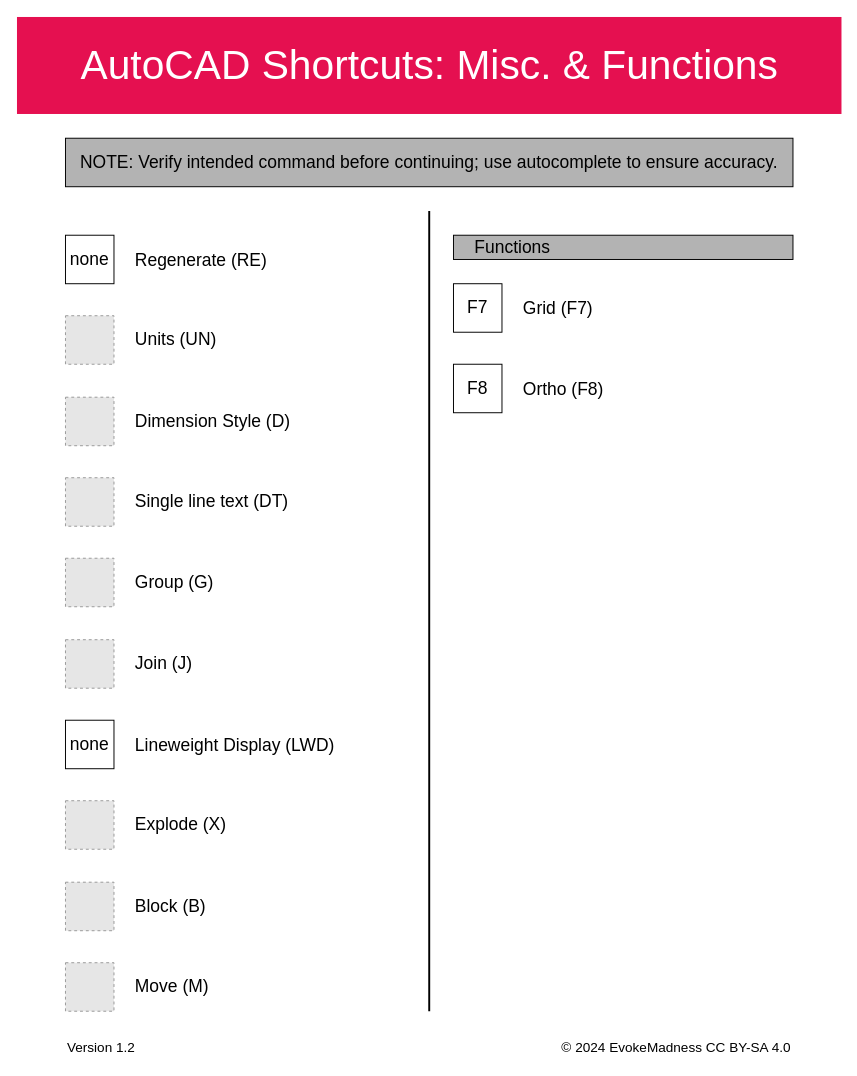
Above: page "Misc" (4 of 4) of src/drawio/autoCAD-hot-keys.drawio in EvokeMadness/AutoCAD-hot-keys (draw.io), before the change. Source tidied: cells renumbered, new cells numbered last; positions are measured from the earlier drawing's top-left corner, leaving out a move shared by most shapes. Both pictures are drawn from the tidied source at 97%, with x=0, y=0 at pixel (16, 16). Pictures stored in the file or linked from it are replaced by grey dashed boxes.
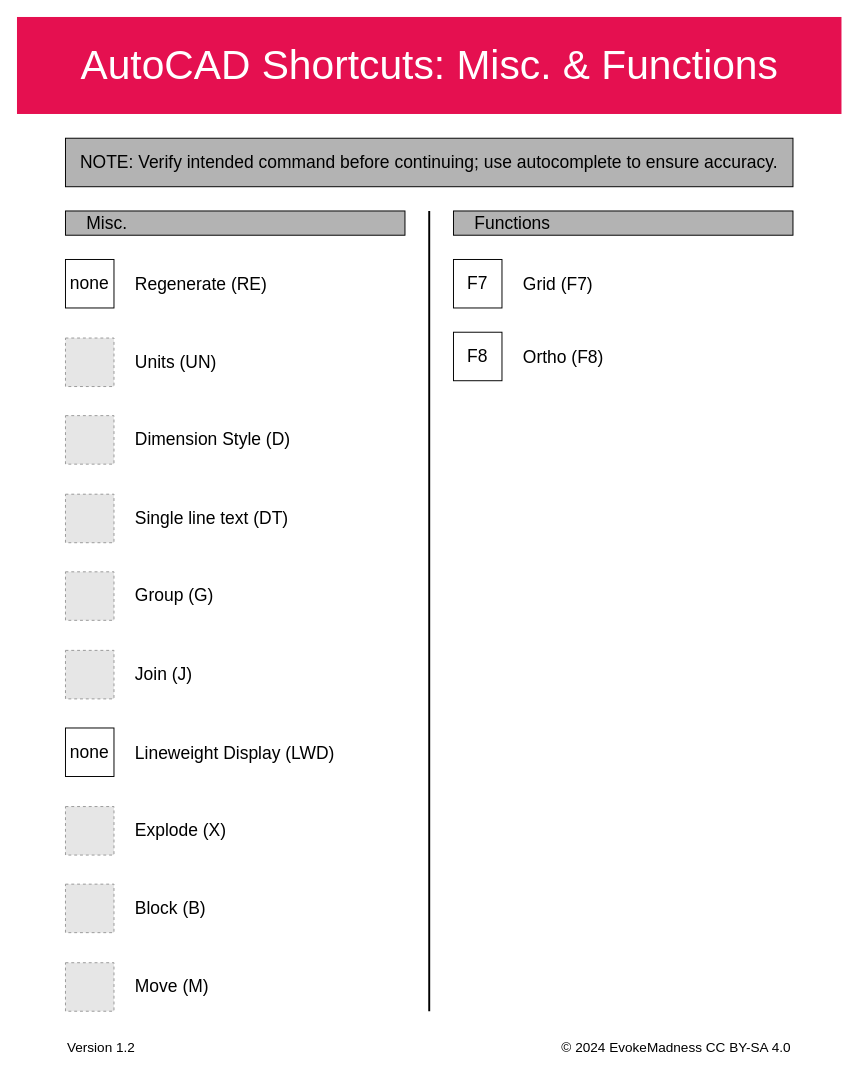
The same diagram, later.

Diff of the diagram source:
```diff
@@
     <mxCell id="4" value="Functions" style="rounded=0;whiteSpace=wrap;html=1;fontColor=#000000;fillColor=#B3B3B3;strokeColor=default;fontSize=18;labelPosition=center;verticalLabelPosition=middle;align=left;verticalAlign=middle;spacingLeft=20;fontFamily=Helvetica;" parent="1" vertex="1">
-      <mxGeometry x="450" y="225" width="350" height="25" as="geometry" />
+      <mxGeometry x="450" y="200" width="350" height="25" as="geometry" />
     </mxCell>
     <mxCell id="5" value="Units (UN)" style="fillColor=#E6E6E6;strokeColor=#999999;dashed=1;html=1;verticalLabelPosition=middle;verticalAlign=middle;fontColor=default;fontStyle=0;fontSize=18;spacingLeft=20;labelPosition=right;align=left;fontFamily=Helvetica;" parent="1" vertex="1">
-      <mxGeometry x="50" y="308" width="50" height="50" as="geometry" />
+      <mxGeometry x="50" y="331" width="50" height="50" as="geometry" />
     </mxCell>
     <mxCell id="6" value="Dimension Style (D)" style="fillColor=#E6E6E6;strokeColor=#999999;dashed=1;html=1;verticalLabelPosition=middle;verticalAlign=middle;fontColor=default;fontStyle=0;fontSize=18;spacingLeft=20;labelPosition=right;align=left;fontFamily=Helvetica;" parent="1" vertex="1">
-      <mxGeometry x="50" y="392" width="50" height="50" as="geometry" />
+      <mxGeometry x="50" y="411" width="50" height="50" as="geometry" />
     </mxCell>
     <mxCell id="7" value="Single line text (DT)" style="fillColor=#E6E6E6;strokeColor=#999999;dashed=1;html=1;verticalLabelPosition=middle;verticalAlign=middle;fontColor=default;fontStyle=0;fontSize=18;spacingLeft=20;labelPosition=right;align=left;fontFamily=Helvetica;" parent="1" vertex="1">
-      <mxGeometry x="50" y="475" width="50" height="50" as="geometry" />
+      <mxGeometry x="50" y="492" width="50" height="50" as="geometry" />
     </mxCell>
     <mxCell id="8" value="Group (G)" style="fillColor=#E6E6E6;strokeColor=#999999;dashed=1;html=1;verticalLabelPosition=middle;verticalAlign=middle;fontColor=default;fontStyle=0;fontSize=18;spacingLeft=20;labelPosition=right;align=left;fontFamily=Helvetica;" parent="1" vertex="1">
-      <mxGeometry x="50" y="558" width="50" height="50" as="geometry" />
+      <mxGeometry x="50" y="572" width="50" height="50" as="geometry" />
     </mxCell>
     <mxCell id="9" value="Join (J)" style="fillColor=#E6E6E6;strokeColor=#999999;dashed=1;html=1;verticalLabelPosition=middle;verticalAlign=middle;fontColor=default;fontStyle=0;fontSize=18;spacingLeft=20;labelPosition=right;align=left;fontFamily=Helvetica;" parent="1" vertex="1">
-      <mxGeometry x="50" y="642" width="50" height="50" as="geometry" />
+      <mxGeometry x="50" y="653" width="50" height="50" as="geometry" />
     </mxCell>
     <mxCell id="10" value="Explode (X)" style="fillColor=#E6E6E6;strokeColor=#999999;dashed=1;html=1;verticalLabelPosition=middle;verticalAlign=middle;fontColor=default;fontStyle=0;fontSize=18;spacingLeft=20;labelPosition=right;align=left;fontFamily=Helvetica;" parent="1" vertex="1">
-      <mxGeometry x="50" y="808" width="50" height="50" as="geometry" />
+      <mxGeometry x="50" y="814" width="50" height="50" as="geometry" />
     </mxCell>
@@
     <mxCell id="12" value="Block (B)" style="fillColor=#E6E6E6;strokeColor=#999999;dashed=1;html=1;verticalLabelPosition=middle;verticalAlign=middle;fontColor=default;fontStyle=0;fontSize=18;spacingLeft=20;labelPosition=right;align=left;fontFamily=Helvetica;" parent="1" vertex="1">
-      <mxGeometry x="50" y="892" width="50" height="50" as="geometry" />
+      <mxGeometry x="50" y="894" width="50" height="50" as="geometry" />
     </mxCell>
@@
+    <mxCell id="22" value="Version 1.2" style="text;html=1;strokeColor=none;fillColor=none;align=left;verticalAlign=middle;whiteSpace=wrap;rounded=0;sketch=0;fontColor=default;fontFamily=Helvetica;fontSize=14;" parent="1" vertex="1">
+      <mxGeometry x="50" y="1050" width="350" height="25" as="geometry" />
+    </mxCell>
+    <mxCell id="23" value="© 2024 EvokeMadness CC BY-SA 4.0" style="text;html=1;strokeColor=none;fillColor=none;align=right;verticalAlign=middle;whiteSpace=wrap;rounded=0;sketch=0;fontColor=default;fontFamily=Helvetica;fontSize=14;" parent="1" vertex="1">
+      <mxGeometry x="450" y="1050" width="350" height="25" as="geometry" />
+    </mxCell>
+    <mxCell id="24" style="group;" parent="1" vertex="1">
+      <mxGeometry x="50" y="733" width="50" height="50" as="geometry" />
+    </mxCell>
+    <mxCell id="16" value="&lt;font style=&quot;font-size: 18px;&quot;&gt;Lineweight Display (LWD)&lt;/font&gt;" style="html=1;verticalLabelPosition=middle;verticalAlign=middle;imageAspect=1;fontColor=default;fontStyle=0;fillColor=none;strokeColor=default;fontSize=20;spacingLeft=20;labelPosition=right;align=left;fontFamily=Helvetica;" parent="24" vertex="1">
+      <mxGeometry width="50" height="50" as="geometry" />
+    </mxCell>
+    <mxCell id="17" value="&lt;font&gt;none&lt;/font&gt;" style="text;html=1;strokeColor=none;fillColor=none;align=center;verticalAlign=middle;whiteSpace=wrap;rounded=0;fontSize=18;fontColor=default;" parent="24" vertex="1">
+      <mxGeometry width="50" height="50" as="geometry" />
+    </mxCell>
+    <mxCell id="25" style="group;" parent="1" vertex="1">
+      <mxGeometry x="50" y="250" width="50" height="50" as="geometry" />
+    </mxCell>
-    <mxCell id="14" value="&lt;font style=&quot;font-size: 18px;&quot;&gt;Regenerate (RE)&lt;/font&gt;" style="html=1;verticalLabelPosition=middle;verticalAlign=middle;imageAspect=1;fontColor=default;fontStyle=0;fillColor=none;strokeColor=default;fontSize=20;spacingLeft=20;labelPosition=right;align=left;fontFamily=Helvetica;" parent="1" vertex="1">
-      <mxGeometry x="50" y="225" width="50" height="50" as="geometry" />
+    <mxCell id="14" value="&lt;font style=&quot;font-size: 18px;&quot;&gt;Regenerate (RE)&lt;/font&gt;" style="html=1;verticalLabelPosition=middle;verticalAlign=middle;imageAspect=1;fontColor=default;fontStyle=0;fillColor=none;strokeColor=default;fontSize=20;spacingLeft=20;labelPosition=right;align=left;fontFamily=Helvetica;" parent="25" vertex="1">
+      <mxGeometry width="50" height="50" as="geometry" />
     </mxCell>
-    <mxCell id="15" value="none" style="text;html=1;strokeColor=none;fillColor=none;align=center;verticalAlign=middle;whiteSpace=wrap;rounded=0;fontSize=18;fontColor=default;" parent="1" vertex="1">
-      <mxGeometry x="50" y="225" width="50" height="50" as="geometry" />
+    <mxCell id="15" value="none" style="text;html=1;strokeColor=none;fillColor=none;align=center;verticalAlign=middle;whiteSpace=wrap;rounded=0;fontSize=18;fontColor=default;" parent="25" vertex="1">
+      <mxGeometry width="50" height="50" as="geometry" />
     </mxCell>
-    <mxCell id="16" value="&lt;font style=&quot;font-size: 18px;&quot;&gt;Lineweight Display (LWD)&lt;/font&gt;" style="html=1;verticalLabelPosition=middle;verticalAlign=middle;imageAspect=1;fontColor=default;fontStyle=0;fillColor=none;strokeColor=default;fontSize=20;spacingLeft=20;labelPosition=right;align=left;fontFamily=Helvetica;" parent="1" vertex="1">
-      <mxGeometry x="50" y="725" width="50" height="50" as="geometry" />
-    </mxCell>
-    <mxCell id="17" value="&lt;font&gt;none&lt;/font&gt;" style="text;html=1;strokeColor=none;fillColor=none;align=center;verticalAlign=middle;whiteSpace=wrap;rounded=0;fontSize=18;fontColor=default;" parent="1" vertex="1">
-      <mxGeometry x="50" y="725" width="50" height="50" as="geometry" />
-    </mxCell>
+    <mxCell id="26" style="group;" parent="1" vertex="1">
+      <mxGeometry x="450" y="250" width="50" height="50" as="geometry" />
+    </mxCell>
-    <mxCell id="18" value="&lt;font style=&quot;font-size: 18px;&quot;&gt;Grid (F7)&lt;/font&gt;" style="html=1;verticalLabelPosition=middle;verticalAlign=middle;imageAspect=1;fontColor=default;fontStyle=0;fillColor=none;strokeColor=default;labelPosition=right;align=left;fontSize=20;spacingLeft=20;fontFamily=Helvetica;" parent="1" vertex="1">
-      <mxGeometry x="450" y="275" width="50" height="50" as="geometry" />
+    <mxCell id="18" value="&lt;font style=&quot;font-size: 18px;&quot;&gt;Grid (F7)&lt;/font&gt;" style="html=1;verticalLabelPosition=middle;verticalAlign=middle;imageAspect=1;fontColor=default;fontStyle=0;fillColor=none;strokeColor=default;labelPosition=right;align=left;fontSize=20;spacingLeft=20;fontFamily=Helvetica;" parent="26" vertex="1">
+      <mxGeometry width="50" height="50" as="geometry" />
     </mxCell>
-    <mxCell id="19" value="&lt;font&gt;F7&lt;/font&gt;" style="text;html=1;strokeColor=none;fillColor=none;align=center;verticalAlign=middle;whiteSpace=wrap;rounded=0;fontSize=18;fontColor=default;" parent="1" vertex="1">
-      <mxGeometry x="450" y="275" width="50" height="50" as="geometry" />
+    <mxCell id="19" value="&lt;font&gt;F7&lt;/font&gt;" style="text;html=1;strokeColor=none;fillColor=none;align=center;verticalAlign=middle;whiteSpace=wrap;rounded=0;fontSize=18;fontColor=default;" parent="26" vertex="1">
+      <mxGeometry width="50" height="50" as="geometry" />
     </mxCell>
+    <mxCell id="27" style="group;" parent="1" vertex="1">
+      <mxGeometry x="450" y="325" width="50" height="50" as="geometry" />
+    </mxCell>
-    <mxCell id="20" value="&lt;font style=&quot;font-size: 18px;&quot;&gt;Ortho (F8)&lt;/font&gt;" style="html=1;verticalLabelPosition=middle;verticalAlign=middle;imageAspect=1;fontColor=default;fontStyle=0;fillColor=none;strokeColor=default;labelPosition=right;align=left;fontSize=20;spacingLeft=20;fontFamily=Helvetica;" parent="1" vertex="1">
-      <mxGeometry x="450" y="358" width="50" height="50" as="geometry" />
+    <mxCell id="20" value="&lt;font style=&quot;font-size: 18px;&quot;&gt;Ortho (F8)&lt;/font&gt;" style="html=1;verticalLabelPosition=middle;verticalAlign=middle;imageAspect=1;fontColor=default;fontStyle=0;fillColor=none;strokeColor=default;labelPosition=right;align=left;fontSize=20;spacingLeft=20;fontFamily=Helvetica;" parent="27" vertex="1">
+      <mxGeometry width="50" height="50" as="geometry" />
     </mxCell>
-    <mxCell id="21" value="&lt;font&gt;F8&lt;/font&gt;" style="text;html=1;strokeColor=none;fillColor=none;align=center;verticalAlign=middle;whiteSpace=wrap;rounded=0;fontSize=18;fontColor=default;" parent="1" vertex="1">
-      <mxGeometry x="450" y="358" width="50" height="50" as="geometry" />
+    <mxCell id="21" value="&lt;font&gt;F8&lt;/font&gt;" style="text;html=1;strokeColor=none;fillColor=none;align=center;verticalAlign=middle;whiteSpace=wrap;rounded=0;fontSize=18;fontColor=default;" parent="27" vertex="1">
+      <mxGeometry width="50" height="50" as="geometry" />
     </mxCell>
-    <mxCell id="22" value="Version 1.2" style="text;html=1;strokeColor=none;fillColor=none;align=left;verticalAlign=middle;whiteSpace=wrap;rounded=0;sketch=0;fontColor=default;fontFamily=Helvetica;fontSize=14;" parent="1" vertex="1">
-      <mxGeometry x="50" y="1050" width="375" height="25" as="geometry" />
-    </mxCell>
-    <mxCell id="23" value="© 2024 EvokeMadness CC BY-SA 4.0" style="text;html=1;strokeColor=none;fillColor=none;align=right;verticalAlign=middle;whiteSpace=wrap;rounded=0;sketch=0;fontColor=default;fontFamily=Helvetica;fontSize=14;" parent="1" vertex="1">
-      <mxGeometry x="425" y="1050" width="375" height="25" as="geometry" />
-    </mxCell>
+    <mxCell id="28" value="Misc." style="rounded=0;whiteSpace=wrap;html=1;fontColor=#000000;fillColor=#B3B3B3;strokeColor=default;fontSize=18;labelPosition=center;verticalLabelPosition=middle;align=left;verticalAlign=middle;spacingLeft=20;" parent="1" vertex="1">
+      <mxGeometry x="50" y="200" width="350" height="25" as="geometry" />
+    </mxCell>
```
